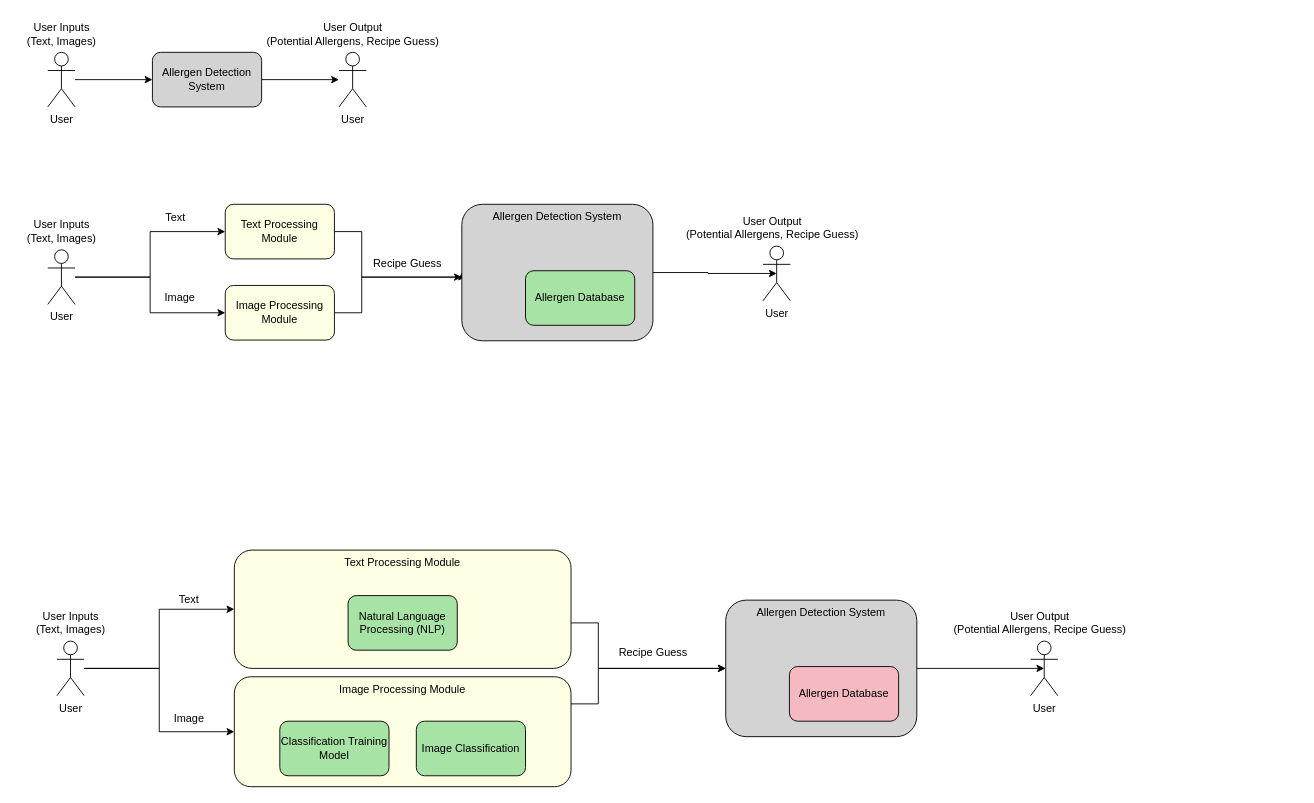
Above: Design_Diagrams/design_diagram.drawio in kalebwbishop/senior-design (draw.io), before the change. Source tidied: cells renumbered, new cells numbered last; positions are measured from the earlier drawing's top-left corner, leaving out a move shared by most shapes. Both pictures are drawn from the tidied source at 91%, with x=0, y=0 at pixel (15, 15).
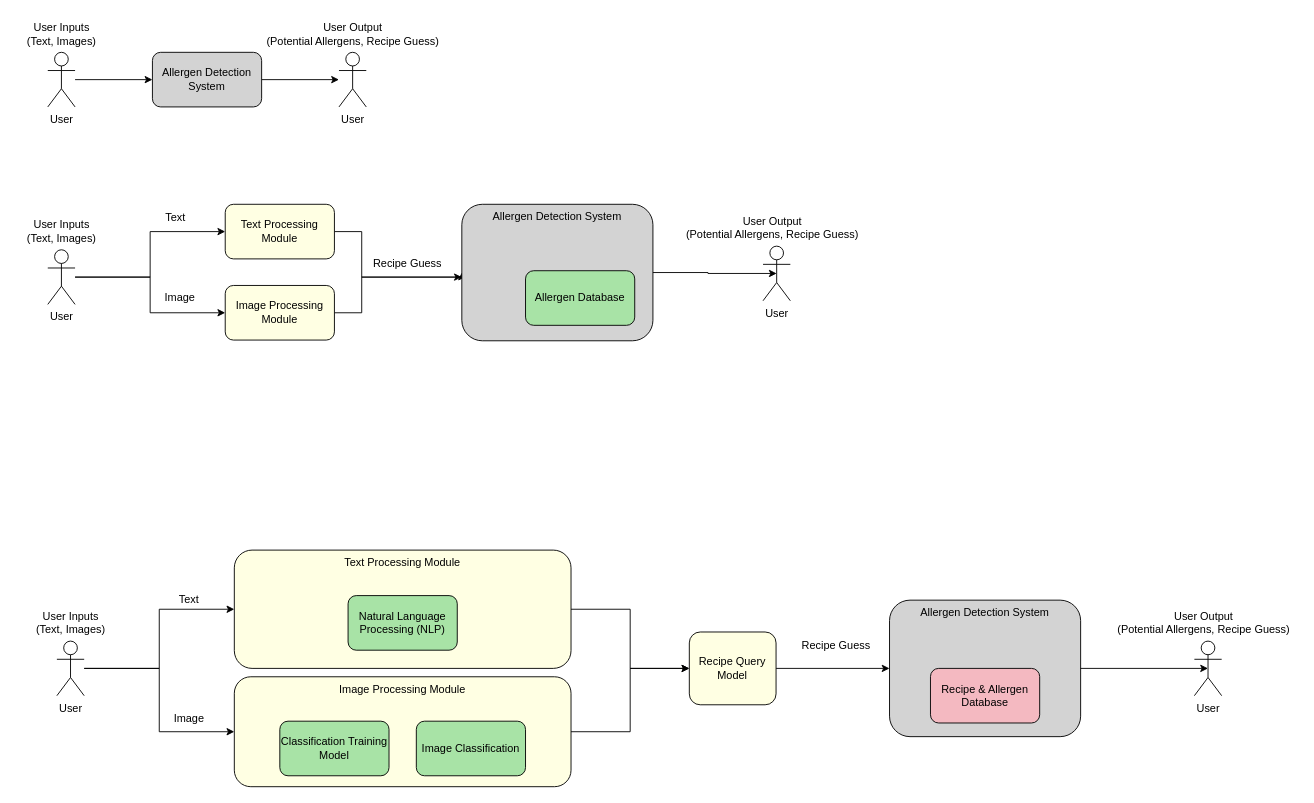
The same page after the edit.

Commit message (it also covers changes not shown here):
Updated design diagram draw.io

The change refers to these unchanged cells:
```xml
<mxCell id="32" value="Text Processing Module" style="rounded=1;whiteSpace=wrap;html=1;fillColor=#FFFFE3;verticalAlign=top;" parent="1" vertex="1">
  <mxGeometry x="240" y="587" width="370" height="130" as="geometry" />
</mxCell>
<mxCell id="34" value="Image Processing Module" style="rounded=1;whiteSpace=wrap;html=1;fillColor=#FFFFE3;verticalAlign=top;" parent="1" vertex="1">
  <mxGeometry x="240" y="726.2" width="370" height="120.8" as="geometry" />
</mxCell>
```

Diff of the diagram source:
```diff
@@
     <mxCell id="29" value="User" style="shape=umlActor;verticalLabelPosition=bottom;verticalAlign=top;html=1;outlineConnect=0;" parent="1" vertex="1">
-      <mxGeometry x="1115" y="687" width="30" height="60" as="geometry" />
+      <mxGeometry x="1295" y="687" width="30" height="60" as="geometry" />
     </mxCell>
     <mxCell id="30" value="&lt;div&gt;User Output&lt;/div&gt;&lt;div&gt;(Potential Allergens, Recipe Guess)&lt;br&gt;&lt;/div&gt;" style="text;html=1;align=center;verticalAlign=middle;strokeColor=none;fillColor=none;" parent="1" vertex="1">
-      <mxGeometry x="1020" y="647" width="210" height="40" as="geometry" />
+      <mxGeometry x="1200" y="647" width="210" height="40" as="geometry" />
     </mxCell>
-    <mxCell id="31" style="edgeStyle=orthogonalEdgeStyle;rounded=0;jettySize=auto;html=1;entryX=0;entryY=0.5;entryDx=0;entryDy=0;" parent="1" edge="1" source="32" target="37">
-      <mxGeometry relative="1" as="geometry">
-        <Array as="points">
-          <mxPoint x="640" y="667" />
-          <mxPoint x="640" y="717" />
-        </Array>
-      </mxGeometry>
-    </mxCell>
+    <mxCell id="44" style="edgeStyle=orthogonalEdgeStyle;rounded=0;jettySize=auto;html=1;" parent="1" edge="1" source="32" target="47">
+      <mxGeometry relative="1" as="geometry" />
+    </mxCell>
@@
-    <mxCell id="33" style="edgeStyle=orthogonalEdgeStyle;rounded=0;jettySize=auto;html=1;" parent="1" edge="1" source="34" target="37">
-      <mxGeometry relative="1" as="geometry">
-        <Array as="points">
-          <mxPoint x="640" y="756" />
-          <mxPoint x="640" y="717" />
-        </Array>
-      </mxGeometry>
-    </mxCell>
+    <mxCell id="45" style="edgeStyle=orthogonalEdgeStyle;rounded=0;jettySize=auto;html=1;" parent="1" edge="1" source="34" target="47">
+      <mxGeometry relative="1" as="geometry" />
+    </mxCell>
@@
     <mxCell id="37" value="Allergen Detection System" style="rounded=1;whiteSpace=wrap;html=1;fillColor=#D3D3D3;verticalAlign=top;" parent="1" vertex="1">
-      <mxGeometry x="780" y="642" width="210" height="150" as="geometry" />
+      <mxGeometry x="960" y="642" width="210" height="150" as="geometry" />
     </mxCell>
     <mxCell id="38" value="Recipe Guess" style="text;html=1;align=center;verticalAlign=middle;strokeColor=none;fillColor=none;" parent="1" vertex="1">
-      <mxGeometry x="650" y="685" width="100" height="30" as="geometry" />
+      <mxGeometry x="851" y="677" width="100" height="30" as="geometry" />
     </mxCell>
-    <mxCell id="39" value="Allergen Database" style="rounded=1;whiteSpace=wrap;html=1;fillColor=#F4B9C1;" parent="1" vertex="1">
-      <mxGeometry x="850" y="715" width="120" height="60" as="geometry" />
+    <mxCell id="39" value="Recipe &amp;amp; Allergen Database" style="rounded=1;whiteSpace=wrap;html=1;fillColor=#F4B9C1;" parent="1" vertex="1">
+      <mxGeometry x="1005" y="717" width="120" height="60" as="geometry" />
     </mxCell>
@@
+    <mxCell id="46" style="edgeStyle=orthogonalEdgeStyle;rounded=0;jettySize=auto;html=1;" parent="1" edge="1" source="47" target="37">
+      <mxGeometry relative="1" as="geometry" />
+    </mxCell>
+    <mxCell id="47" value="Recipe Query Model" style="rounded=1;whiteSpace=wrap;html=1;fillColor=#FFFFE3;verticalAlign=middle;" parent="1" vertex="1">
+      <mxGeometry x="740" y="677" width="95.3" height="80" as="geometry" />
+    </mxCell>
```
